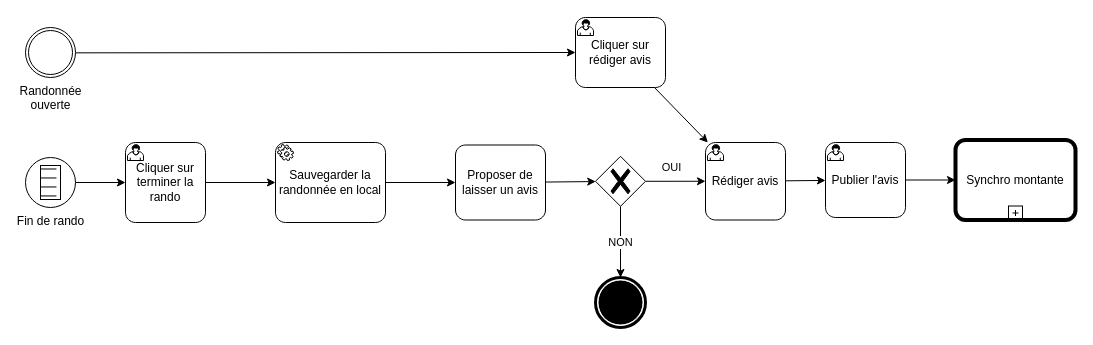
Before: Documentation/BPMN/BPMN-Publication_avis.drawio in projetDansLaMontagne/Valpineta, a draw.io diagram. Source tidied: cells renumbered, new cells numbered last; positions are measured from the earlier drawing's top-left corner, leaving out a move shared by most shapes. Both pictures are drawn from the tidied source at 100%, with x=0, y=0 at pixel (25, 17).
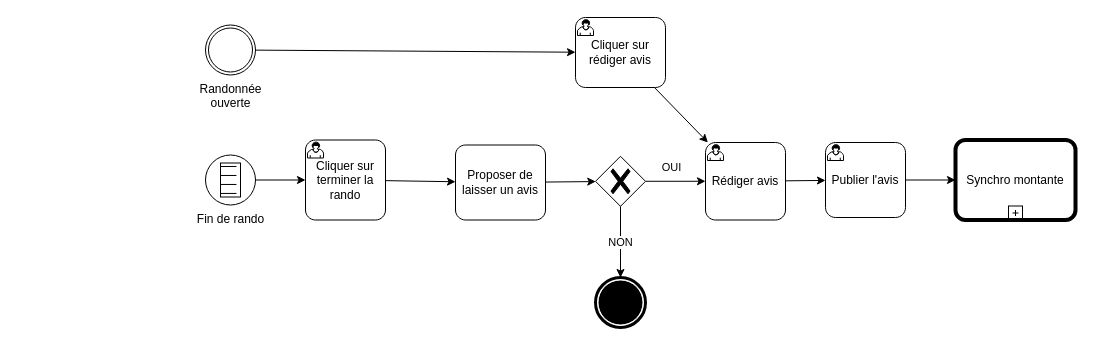
Above is the later version.

Commit message:
Suppression de la sauvegarde en local du BPMN

The change refers to these unchanged cells:
```xml
<mxCell id="7" value="Proposer de laisser un avis" style="points=[[0.25,0,0],[0.5,0,0],[0.75,0,0],[1,0.25,0],[1,0.5,0],[1,0.75,0],[0.75,1,0],[0.5,1,0],[0.25,1,0],[0,0.75,0],[0,0.5,0],[0,0.25,0]];shape=mxgraph.bpmn.task;whiteSpace=wrap;rectStyle=rounded;size=10;html=1;taskMarker=abstract;" parent="1" vertex="1">
  <mxGeometry x="430" y="127.5" width="90" height="75" as="geometry" />
</mxCell>
```

The edit, as a diff of the source:
```diff
@@
     <mxCell id="3" value="Fin de rando" style="points=[[0.145,0.145,0],[0.5,0,0],[0.855,0.145,0],[1,0.5,0],[0.855,0.855,0],[0.5,1,0],[0.145,0.855,0],[0,0.5,0]];shape=mxgraph.bpmn.event;html=1;verticalLabelPosition=bottom;labelBackgroundColor=#ffffff;verticalAlign=top;align=center;perimeter=ellipsePerimeter;outlineConnect=0;outline=standard;symbol=conditional;" parent="1" vertex="1">
-      <mxGeometry y="140" width="50" height="50" as="geometry" />
+      <mxGeometry x="180" y="137.5" width="50" height="50" as="geometry" />
     </mxCell>
-    <mxCell id="4" style="edgeStyle=none;html=1;" parent="1" edge="1" source="5" target="12">
-      <mxGeometry relative="1" as="geometry" />
-    </mxCell>
     <mxCell id="5" value="Cliquer sur terminer la rando" style="points=[[0.25,0,0],[0.5,0,0],[0.75,0,0],[1,0.25,0],[1,0.5,0],[1,0.75,0],[0.75,1,0],[0.5,1,0],[0.25,1,0],[0,0.75,0],[0,0.5,0],[0,0.25,0]];shape=mxgraph.bpmn.task;whiteSpace=wrap;rectStyle=rounded;size=10;html=1;taskMarker=user;" parent="1" vertex="1">
-      <mxGeometry x="100" y="125" width="80" height="80" as="geometry" />
+      <mxGeometry x="280" y="122.5" width="80" height="80" as="geometry" />
     </mxCell>
@@
-    <mxCell id="11" style="edgeStyle=none;html=1;" parent="1" edge="1" source="12" target="7">
+    <mxCell id="11" style="edgeStyle=none;html=1;" parent="1" edge="1" source="5" target="7">
       <mxGeometry relative="1" as="geometry" />
     </mxCell>
-    <mxCell id="12" value="Sauvegarder la randonnée en local" style="points=[[0.25,0,0],[0.5,0,0],[0.75,0,0],[1,0.25,0],[1,0.5,0],[1,0.75,0],[0.75,1,0],[0.5,1,0],[0.25,1,0],[0,0.75,0],[0,0.5,0],[0,0.25,0]];shape=mxgraph.bpmn.task;whiteSpace=wrap;rectStyle=rounded;size=10;html=1;taskMarker=service;" parent="1" vertex="1">
-      <mxGeometry x="250" y="125" width="110" height="80" as="geometry" />
-    </mxCell>
@@
     <mxCell id="17" value="Randonnée &lt;br&gt;ouverte" style="points=[[0.145,0.145,0],[0.5,0,0],[0.855,0.145,0],[1,0.5,0],[0.855,0.855,0],[0.5,1,0],[0.145,0.855,0],[0,0.5,0]];shape=mxgraph.bpmn.event;html=1;verticalLabelPosition=bottom;labelBackgroundColor=#ffffff;verticalAlign=top;align=center;perimeter=ellipsePerimeter;outlineConnect=0;outline=throwing;symbol=general;" parent="1" vertex="1">
-      <mxGeometry y="10" width="50" height="50" as="geometry" />
+      <mxGeometry x="180" y="7.5" width="50" height="50" as="geometry" />
     </mxCell>
```
